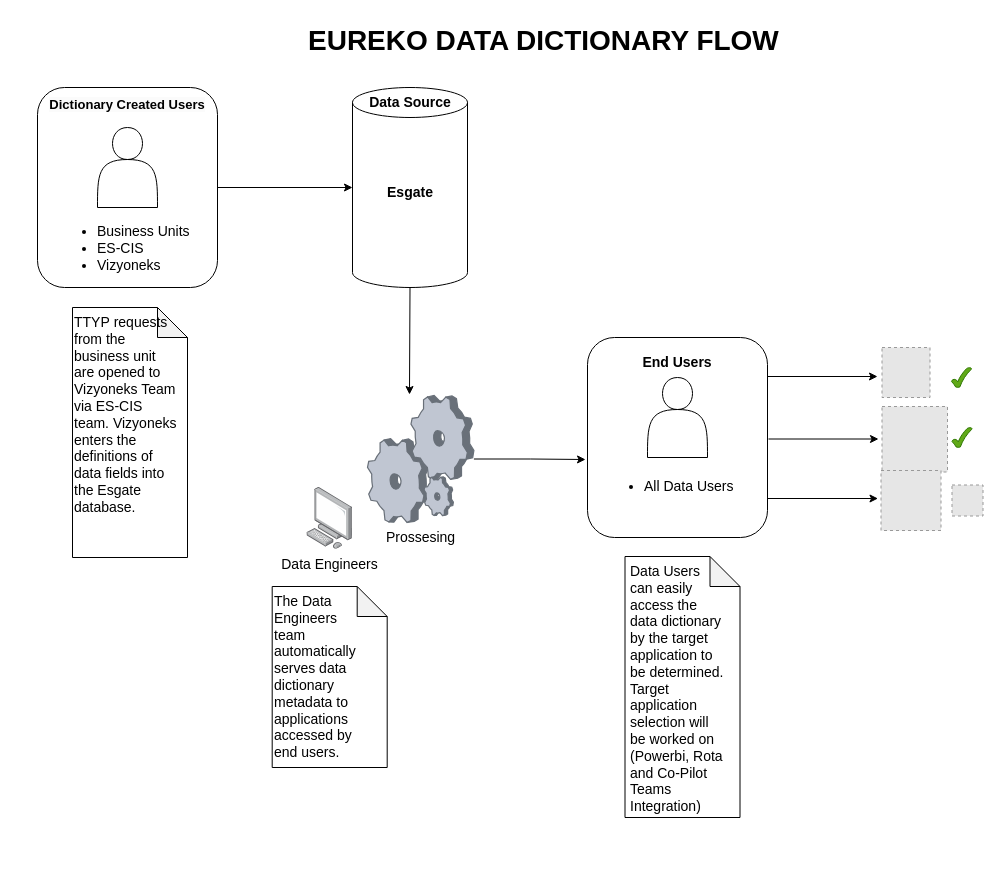
This is v2.drawio from burakyegin/burakyegin.github.io, a draw.io file, before an edit. Source tidied: cells renumbered, new cells numbered last; positions are measured from the earlier drawing's top-left corner, leaving out a move shared by most shapes. Both pictures are drawn from the tidied source at 100%, with x=0, y=0 at pixel (17, 17). Pictures stored in the file or linked from it are replaced by grey dashed boxes.
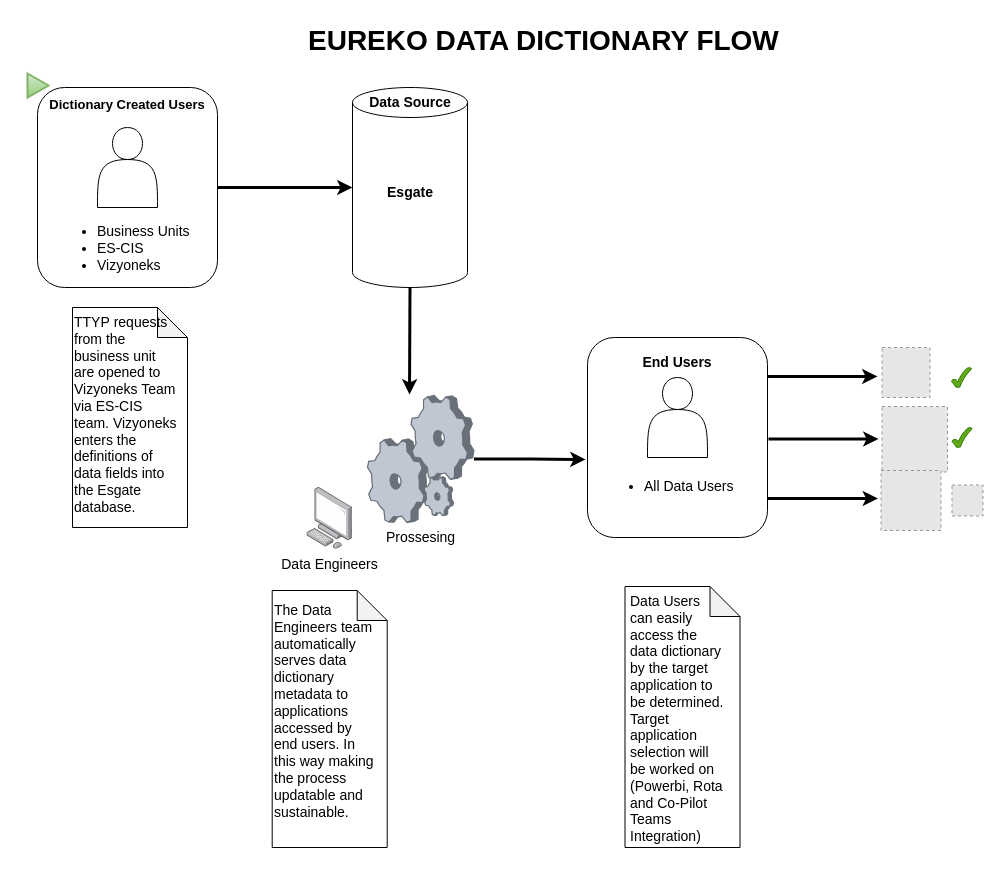
Above is the later version.

Unchanged cells that the change refers to:
```xml
<mxCell id="6" style="rounded=1;whiteSpace=wrap;html=1;labelPosition=center;verticalLabelPosition=middle;align=center;verticalAlign=top;" parent="1" vertex="1">
  <mxGeometry x="20" y="70" width="180" height="200" as="geometry" />
</mxCell>
<mxCell id="8" style="shape=cylinder3;whiteSpace=wrap;html=1;boundedLbl=1;backgroundOutline=1;size=15;" parent="1" vertex="1">
  <mxGeometry x="335" y="70" width="115" height="200" as="geometry" />
</mxCell>
<mxCell id="14" style="rounded=1;whiteSpace=wrap;html=1;labelPosition=center;verticalLabelPosition=middle;align=center;verticalAlign=top;" parent="1" vertex="1">
  <mxGeometry x="570" y="320" width="180" height="200" as="geometry" />
</mxCell>
<mxCell id="28" value="Prossesing" style="verticalLabelPosition=bottom;sketch=0;html=1;verticalAlign=top;strokeColor=none;align=center;outlineConnect=0;shape=mxgraph.citrix.process;fontSize=14;" parent="1" vertex="1">
  <mxGeometry x="350" y="378" width="106.4" height="126.9" as="geometry" />
</mxCell>
```

Diff of the diagram source:
```diff
@@
     <mxCell id="2" style="shape=note;whiteSpace=wrap;html=1;backgroundOutline=1;darkOpacity=0.05;" parent="1" vertex="1">
-      <mxGeometry x="607.5" y="539" width="115" height="261" as="geometry" />
+      <mxGeometry x="607.5" y="569" width="115" height="261" as="geometry" />
     </mxCell>
     <mxCell id="3" style="shape=note;whiteSpace=wrap;html=1;backgroundOutline=1;darkOpacity=0.05;" parent="1" vertex="1">
-      <mxGeometry x="254.7" y="569" width="115" height="181" as="geometry" />
+      <mxGeometry x="254.7" y="573" width="115" height="257" as="geometry" />
     </mxCell>
     <mxCell id="4" style="shape=note;whiteSpace=wrap;html=1;backgroundOutline=1;darkOpacity=0.05;" parent="1" vertex="1">
-      <mxGeometry x="55" y="290" width="115" height="250" as="geometry" />
+      <mxGeometry x="55" y="290" width="115" height="220" as="geometry" />
     </mxCell>
-    <mxCell id="5" style="edgeStyle=orthogonalEdgeStyle;rounded=0;jettySize=auto;html=1;" parent="1" edge="1" source="6" target="8">
+    <mxCell id="5" style="edgeStyle=orthogonalEdgeStyle;rounded=0;jettySize=auto;html=1;strokeWidth=3;" parent="1" edge="1" source="6" target="8">
       <mxGeometry relative="1" as="geometry" />
     </mxCell>
@@
-    <mxCell id="19" style="edgeStyle=orthogonalEdgeStyle;rounded=0;orthogonalLoop=1;jettySize=auto;html=1;" parent="1" edge="1">
+    <mxCell id="19" style="edgeStyle=orthogonalEdgeStyle;rounded=0;orthogonalLoop=1;jettySize=auto;html=1;strokeWidth=3;" parent="1" edge="1">
       <mxGeometry relative="1" as="geometry">
         <mxPoint x="750" y="359" as="sourcePoint" />
         <mxPoint x="860" y="359" as="targetPoint" />
       </mxGeometry>
     </mxCell>
-    <mxCell id="20" style="edgeStyle=orthogonalEdgeStyle;rounded=0;orthogonalLoop=1;jettySize=auto;html=1;" parent="1" edge="1">
+    <mxCell id="20" style="edgeStyle=orthogonalEdgeStyle;rounded=0;orthogonalLoop=1;jettySize=auto;html=1;strokeWidth=3;" parent="1" edge="1">
       <mxGeometry relative="1" as="geometry">
         <mxPoint x="751" y="421.5" as="sourcePoint" />
         <mxPoint x="861" y="421.5" as="targetPoint" />
       </mxGeometry>
     </mxCell>
-    <mxCell id="21" style="edgeStyle=orthogonalEdgeStyle;rounded=0;orthogonalLoop=1;jettySize=auto;html=1;" parent="1" edge="1">
+    <mxCell id="21" style="edgeStyle=orthogonalEdgeStyle;rounded=0;orthogonalLoop=1;jettySize=auto;html=1;strokeWidth=3;" parent="1" edge="1">
       <mxGeometry relative="1" as="geometry">
         <mxPoint x="750.5" y="481" as="sourcePoint" />
         <mxPoint x="860.5" y="481" as="targetPoint" />
       </mxGeometry>
     </mxCell>
@@
-    <mxCell id="27" style="edgeStyle=orthogonalEdgeStyle;rounded=0;jettySize=auto;html=1;exitX=0.5;exitY=1;exitDx=0;exitDy=0;exitPerimeter=0;entryX=0.574;entryY=-0.037;entryDx=0;entryDy=0;entryPerimeter=0;" parent="1" edge="1" source="8">
+    <mxCell id="27" style="edgeStyle=orthogonalEdgeStyle;rounded=0;jettySize=auto;html=1;exitX=0.5;exitY=1;exitDx=0;exitDy=0;exitPerimeter=0;entryX=0.574;entryY=-0.037;entryDx=0;entryDy=0;entryPerimeter=0;strokeWidth=3;" parent="1" edge="1" source="8">
       <mxGeometry relative="1" as="geometry">
         <mxPoint x="392" y="377" as="targetPoint" />
       </mxGeometry>
     </mxCell>
@@
-    <mxCell id="29" style="edgeStyle=orthogonalEdgeStyle;rounded=0;jettySize=auto;html=1;entryX=-0.011;entryY=0.61;entryDx=0;entryDy=0;entryPerimeter=0;" parent="1" edge="1" source="28" target="14">
+    <mxCell id="29" style="edgeStyle=orthogonalEdgeStyle;rounded=0;jettySize=auto;html=1;entryX=-0.011;entryY=0.61;entryDx=0;entryDy=0;entryPerimeter=0;strokeWidth=3;" parent="1" edge="1" source="28" target="14">
       <mxGeometry relative="1" as="geometry" />
     </mxCell>
@@
     <mxCell id="31" value="&lt;font style=&quot;font-size: 14px;&quot;&gt;TTYP&amp;nbsp;&lt;/font&gt;&lt;span style=&quot;font-size: 14px; background-color: transparent; color: light-dark(rgb(0, 0, 0), rgb(255, 255, 255));&quot;&gt;requests from the business unit are opened to Vizyoneks Team via ES-CIS team. Vizyoneks enters the definitions of data fields into the Esgate database.&lt;/span&gt;" style="text;html=1;whiteSpace=wrap;overflow=hidden;rounded=0;" parent="1" vertex="1">
-      <mxGeometry x="55" y="290" width="105" height="250" as="geometry" />
+      <mxGeometry x="55" y="290" width="105" height="220" as="geometry" />
     </mxCell>
-    <mxCell id="32" value="&lt;font style=&quot;font-size: 14px;&quot;&gt;The Data Engineers team automatically serves data dictionary metadata to applications accessed by end users.&lt;/font&gt;" style="text;html=1;whiteSpace=wrap;overflow=hidden;rounded=0;" parent="1" vertex="1">
-      <mxGeometry x="254.7" y="569" width="95.3" height="191" as="geometry" />
+    <mxCell id="32" value="&lt;font style=&quot;font-size: 14px;&quot;&gt;The Data Engineers team automatically serves data dictionary metadata to applications accessed by end users. In this way making the process updatable and sustainable.&amp;nbsp;&lt;/font&gt;" style="text;html=1;whiteSpace=wrap;overflow=hidden;rounded=0;" parent="1" vertex="1">
+      <mxGeometry x="254.7" y="578" width="105.3" height="252" as="geometry" />
     </mxCell>
     <mxCell id="33" value="&lt;font style=&quot;font-size: 14px;&quot;&gt;Data Users&lt;/font&gt;&lt;div&gt;&lt;font style=&quot;font-size: 14px;&quot;&gt;can easily access the data dictionary by the target application to be determined. Target application selection will be worked on (Powerbi, Rota and Co-Pilot Teams Integration)&lt;/font&gt;&lt;/div&gt;" style="text;html=1;whiteSpace=wrap;overflow=hidden;rounded=0;" parent="1" vertex="1">
-      <mxGeometry x="611" y="539" width="99" height="281" as="geometry" />
+      <mxGeometry x="611" y="569" width="99" height="281" as="geometry" />
     </mxCell>
+    <mxCell id="34" style="html=1;verticalLabelPosition=bottom;align=center;labelBackgroundColor=#ffffff;verticalAlign=top;strokeWidth=2;strokeColor=#82b366;shadow=0;dashed=0;shape=mxgraph.ios7.icons.play;fillColor=#d5e8d4;gradientColor=#97d077;" parent="1" vertex="1">
+      <mxGeometry x="10" y="56" width="21" height="24" as="geometry" />
+    </mxCell>
```
